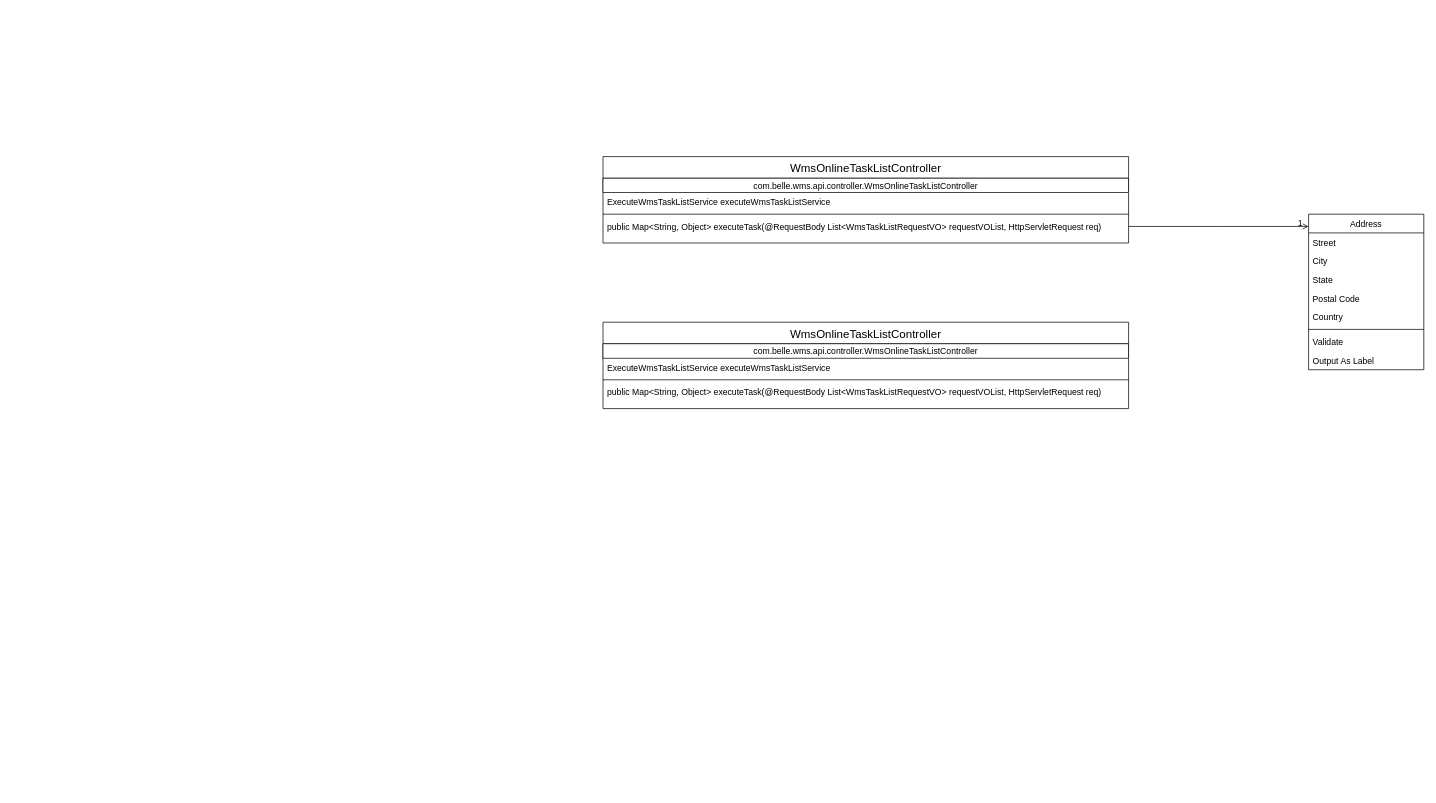
Before: diagrams/异步任务涉及记账时的堆栈.drawio in libo9527/static, a draw.io diagram. Source tidied: cells renumbered, new cells numbered last; positions are measured from the earlier drawing's top-left corner, leaving out a move shared by most shapes. Both pictures are drawn from the tidied source at 72%, with x=0, y=0 at pixel (603, 156).
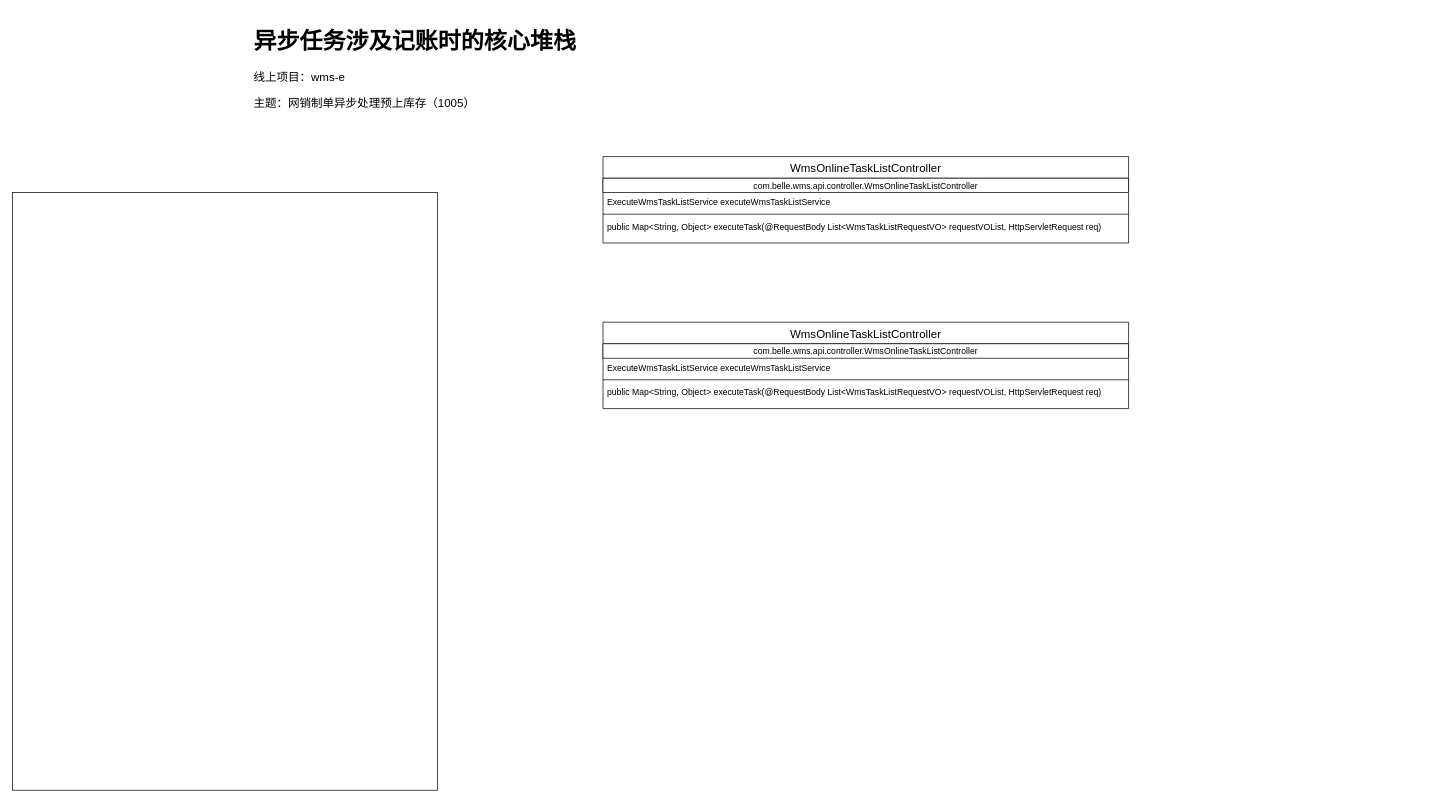
After the change.

Commit message (it also covers changes not shown here):
更新异步任务涉及记账时的堆栈.drawio

Unchanged cells that the change refers to:
```xml
<mxCell id="6" value="public Map&lt;String, Object&gt; executeTask(@RequestBody List&lt;WmsTaskListRequestVO&gt; requestVOList, HttpServletRequest req)" style="text;align=left;verticalAlign=top;spacingLeft=4;spacingRight=4;overflow=hidden;points=[[0,0.5],[1,0.5]];portConstraint=eastwest;" parent="2" vertex="1">
  <mxGeometry y="84" width="730" height="26" as="geometry" />
</mxCell>
```

Change to the diagram source:
```diff
@@
-    <mxCell id="7" value="Address" style="swimlane;fontStyle=0;align=center;verticalAlign=top;horizontal=1;startSize=26;rounded=0;shadow=0;strokeWidth=1;" parent="1" vertex="1">
-      <mxGeometry x="980" y="80" width="160" height="216" as="geometry" />
-    </mxCell>
-    <mxCell id="8" value="Street" style="text;align=left;verticalAlign=top;spacingLeft=4;spacingRight=4;overflow=hidden;" parent="7" vertex="1">
-      <mxGeometry y="26" width="160" height="26" as="geometry" />
-    </mxCell>
-    <mxCell id="9" value="City" style="text;align=left;verticalAlign=top;spacingLeft=4;spacingRight=4;overflow=hidden;rounded=0;shadow=0;html=0;" parent="7" vertex="1">
-      <mxGeometry y="52" width="160" height="26" as="geometry" />
-    </mxCell>
-    <mxCell id="10" value="State" style="text;align=left;verticalAlign=top;spacingLeft=4;spacingRight=4;overflow=hidden;rounded=0;shadow=0;html=0;" parent="7" vertex="1">
-      <mxGeometry y="78" width="160" height="26" as="geometry" />
-    </mxCell>
-    <mxCell id="11" value="Postal Code" style="text;align=left;verticalAlign=top;spacingLeft=4;spacingRight=4;overflow=hidden;rounded=0;shadow=0;html=0;" parent="7" vertex="1">
-      <mxGeometry y="104" width="160" height="26" as="geometry" />
-    </mxCell>
-    <mxCell id="12" value="Country" style="text;align=left;verticalAlign=top;spacingLeft=4;spacingRight=4;overflow=hidden;rounded=0;shadow=0;html=0;" parent="7" vertex="1">
-      <mxGeometry y="130" width="160" height="26" as="geometry" />
-    </mxCell>
-    <mxCell id="13" style="line;html=1;strokeWidth=1;align=left;verticalAlign=middle;spacingTop=-1;spacingLeft=3;spacingRight=3;labelPosition=right;" parent="7" vertex="1">
-      <mxGeometry y="156" width="160" height="8" as="geometry" />
-    </mxCell>
-    <mxCell id="14" value="Validate" style="text;align=left;verticalAlign=top;spacingLeft=4;spacingRight=4;overflow=hidden;" parent="7" vertex="1">
-      <mxGeometry y="164" width="160" height="26" as="geometry" />
-    </mxCell>
-    <mxCell id="15" value="Output As Label" style="text;align=left;verticalAlign=top;spacingLeft=4;spacingRight=4;overflow=hidden;" parent="7" vertex="1">
-      <mxGeometry y="190" width="160" height="26" as="geometry" />
-    </mxCell>
-    <mxCell id="16" style="endArrow=open;shadow=0;strokeWidth=1;rounded=0;endFill=1;edgeStyle=elbowEdgeStyle;elbow=vertical;exitX=1;exitY=0.5;exitDx=0;exitDy=0;" parent="1" edge="1" source="6" target="7">
-      <mxGeometry x="0.5" y="41" relative="1" as="geometry">
-        <mxPoint x="-40" y="32" as="offset" />
-      </mxGeometry>
-    </mxCell>
-    <mxCell id="17" value="1" style="align=right;verticalAlign=bottom;labelBackgroundColor=none;fontSize=12;" parent="16" vertex="1">
-      <mxGeometry x="1" relative="1" as="geometry">
-        <mxPoint x="-7" y="4" as="offset" />
-      </mxGeometry>
-    </mxCell>
@@
+    <mxCell id="23" value="&lt;h1&gt;异步任务涉及记账时的核心堆栈&lt;/h1&gt;&lt;p&gt;线上项目：wms-e&lt;/p&gt;&lt;p&gt;主题：网销制单异步处理预上库存（1005）&lt;/p&gt;" style="text;html=1;strokeColor=none;fillColor=none;spacing=5;spacingTop=-20;whiteSpace=wrap;overflow=hidden;rounded=0;fontSize=16;" parent="1" vertex="1">
+      <mxGeometry x="-490" y="-190" width="650" height="150" as="geometry" />
+    </mxCell>
+    <mxCell id="24" style="rounded=0;whiteSpace=wrap;html=1;fontSize=16;" parent="1" vertex="1">
+      <mxGeometry x="-820" y="50" width="590" height="830" as="geometry" />
+    </mxCell>
```
